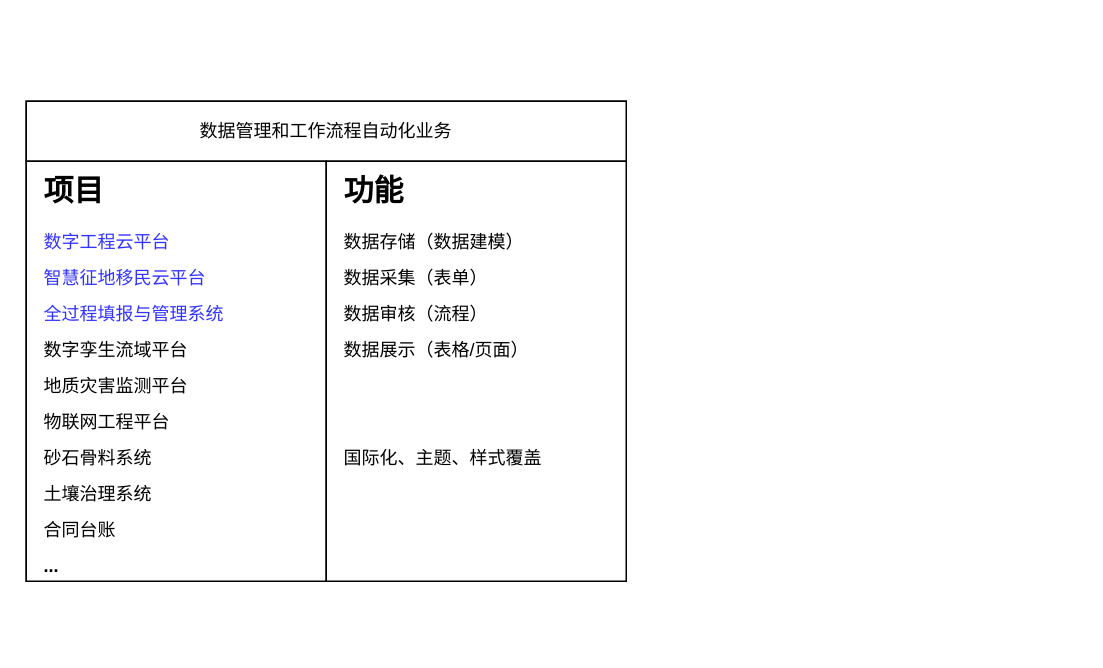
tangyaosimida/love keeps this draw.io diagram as 低——项目背景——研究内容.drawio. Above is the earlier version. Source tidied: cells renumbered, new cells numbered last; positions are measured from the earlier drawing's top-left corner, leaving out a move shared by most shapes. Both pictures are drawn from the tidied source at 150%, with x=0, y=0 at pixel (26, 100).
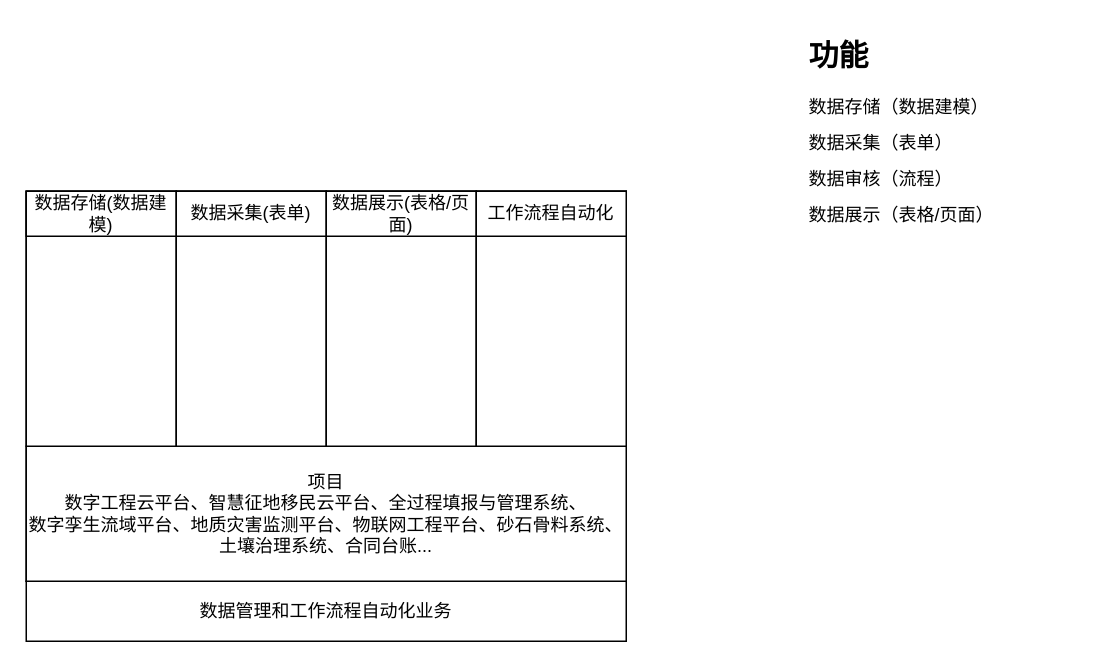
After the change.

Commit message:
更新低——项目背景——研究内容.drawio

Change to the diagram source:
```diff
@@
 <mxGraphModel>
   <root>
     <mxCell id="0" />
     <mxCell id="1" parent="0" />
-    <mxCell id="2" style="rounded=0;whiteSpace=wrap;html=1;" parent="1" vertex="1">
-      <mxGeometry width="400" height="320" as="geometry" />
-    </mxCell>
     <mxCell id="3" value="数据管理和工作流程自动化业务" style="rounded=0;whiteSpace=wrap;html=1;" parent="1" vertex="1">
-      <mxGeometry width="400" height="40" as="geometry" />
+      <mxGeometry y="320" width="400" height="40" as="geometry" />
     </mxCell>
     <mxCell id="4" style="rounded=0;whiteSpace=wrap;html=1;" parent="1" vertex="1">
-      <mxGeometry y="40" width="200" height="280" as="geometry" />
+      <mxGeometry y="60" width="400" height="260" as="geometry" />
     </mxCell>
-    <mxCell id="5" style="rounded=0;whiteSpace=wrap;html=1;" parent="1" vertex="1">
-      <mxGeometry x="200" y="40" width="200" height="280" as="geometry" />
-    </mxCell>
-    <mxCell id="6" value="&lt;h1 style=&quot;margin-top: 0px; line-height: 100%;&quot;&gt;&lt;font style=&quot;font-size: 20px;&quot;&gt;项目&lt;/font&gt;&lt;/h1&gt;&lt;p style=&quot;line-height: 100%;&quot;&gt;&lt;font color=&quot;#3333ff&quot;&gt;数字工程云平台&lt;/font&gt;&lt;/p&gt;&lt;p style=&quot;line-height: 100%;&quot;&gt;&lt;font color=&quot;#3333ff&quot;&gt;智慧征地移民云平台&lt;/font&gt;&lt;/p&gt;&lt;p style=&quot;line-height: 100%;&quot;&gt;&lt;font color=&quot;#3333ff&quot;&gt;全过程填报与管理系统&lt;/font&gt;&lt;/p&gt;&lt;p style=&quot;line-height: 100%;&quot;&gt;数字孪生流域平台&lt;/p&gt;&lt;p style=&quot;line-height: 100%;&quot;&gt;地质灾害监测平台&lt;/p&gt;&lt;p style=&quot;line-height: 100%;&quot;&gt;物联网工程平台&lt;/p&gt;&lt;p style=&quot;line-height: 100%;&quot;&gt;&lt;span style=&quot;background-color: initial;&quot;&gt;砂石骨料系统&lt;/span&gt;&lt;br&gt;&lt;/p&gt;&lt;p style=&quot;line-height: 100%;&quot;&gt;土壤治理系统&lt;/p&gt;&lt;p style=&quot;line-height: 100%;&quot;&gt;合同台账&lt;/p&gt;&lt;p style=&quot;line-height: 100%;&quot;&gt;&lt;b&gt;...&lt;/b&gt;&lt;/p&gt;" style="text;html=1;whiteSpace=wrap;overflow=hidden;rounded=0;" parent="1" vertex="1">
-      <mxGeometry x="10" y="40" width="180" height="280" as="geometry" />
-    </mxCell>
-    <mxCell id="7" value="&lt;h1 style=&quot;margin-top: 0px; line-height: 100%;&quot;&gt;&lt;span style=&quot;font-size: 20px;&quot;&gt;功能&lt;/span&gt;&lt;/h1&gt;&lt;p style=&quot;line-height: 100%;&quot;&gt;数据存储（数据建模）&lt;/p&gt;&lt;p style=&quot;line-height: 100%;&quot;&gt;数据采集（表单）&lt;/p&gt;&lt;p style=&quot;line-height: 100%;&quot;&gt;数据审核（流程）&lt;/p&gt;&lt;p style=&quot;line-height: 100%;&quot;&gt;数据展示（表格/页面）&lt;/p&gt;&lt;p style=&quot;line-height: 100%;&quot;&gt;&lt;br&gt;&lt;/p&gt;&lt;p style=&quot;line-height: 100%;&quot;&gt;&lt;br&gt;&lt;/p&gt;&lt;p style=&quot;line-height: 100%;&quot;&gt;国际化、主题、样式覆盖&lt;/p&gt;" style="text;html=1;whiteSpace=wrap;overflow=hidden;rounded=0;" parent="1" vertex="1">
-      <mxGeometry x="210" y="40" width="180" height="280" as="geometry" />
+    <mxCell id="7" value="&lt;h1 style=&quot;margin-top: 0px; line-height: 100%;&quot;&gt;&lt;span style=&quot;font-size: 20px;&quot;&gt;功能&lt;/span&gt;&lt;/h1&gt;&lt;p style=&quot;line-height: 100%;&quot;&gt;数据存储（数据建模）&lt;/p&gt;&lt;p style=&quot;line-height: 100%;&quot;&gt;数据采集（表单）&lt;/p&gt;&lt;p style=&quot;line-height: 100%;&quot;&gt;数据审核（流程）&lt;/p&gt;&lt;p style=&quot;line-height: 100%;&quot;&gt;数据展示（表格/页面）&lt;/p&gt;" style="text;html=1;whiteSpace=wrap;overflow=hidden;rounded=0;" parent="1" vertex="1">
+      <mxGeometry x="520" y="-50" width="180" height="280" as="geometry" />
     </mxCell>
+    <mxCell id="8" style="rounded=0;whiteSpace=wrap;html=1;" parent="1" vertex="1">
+      <mxGeometry y="230" width="400" height="90" as="geometry" />
+    </mxCell>
+    <mxCell id="9" value="项目&lt;div&gt;数字工程云平台、智慧征地移民云平台、全过程填报与管理系统、&lt;/div&gt;&lt;div&gt;数字孪生流域平台、地质灾害监测平台、物联网工程平台、砂石骨料系统、土壤治理系统、合同台账...&lt;/div&gt;" style="text;html=1;align=center;verticalAlign=middle;whiteSpace=wrap;rounded=0;" parent="1" vertex="1">
+      <mxGeometry y="230" width="400" height="90" as="geometry" />
+    </mxCell>
+    <mxCell id="10" style="rounded=0;whiteSpace=wrap;html=1;" parent="1" vertex="1">
+      <mxGeometry y="60" width="100" height="170" as="geometry" />
+    </mxCell>
+    <mxCell id="11" style="rounded=0;whiteSpace=wrap;html=1;" parent="1" vertex="1">
+      <mxGeometry x="100" y="60" width="100" height="170" as="geometry" />
+    </mxCell>
+    <mxCell id="12" style="rounded=0;whiteSpace=wrap;html=1;" parent="1" vertex="1">
+      <mxGeometry x="200" y="60" width="100" height="170" as="geometry" />
+    </mxCell>
+    <mxCell id="13" style="rounded=0;whiteSpace=wrap;html=1;" parent="1" vertex="1">
+      <mxGeometry x="300" y="60" width="100" height="170" as="geometry" />
+    </mxCell>
+    <mxCell id="14" value="数据存储(数据建模)" style="rounded=0;whiteSpace=wrap;html=1;" parent="1" vertex="1">
+      <mxGeometry y="60" width="100" height="30" as="geometry" />
+    </mxCell>
+    <mxCell id="15" value="数据采集(表单)" style="rounded=0;whiteSpace=wrap;html=1;" parent="1" vertex="1">
+      <mxGeometry x="100" y="60" width="100" height="30" as="geometry" />
+    </mxCell>
+    <mxCell id="16" value="数据展示(表格/页面)" style="rounded=0;whiteSpace=wrap;html=1;" parent="1" vertex="1">
+      <mxGeometry x="200" y="60" width="100" height="30" as="geometry" />
+    </mxCell>
+    <mxCell id="17" value="工作流程自动化" style="rounded=0;whiteSpace=wrap;html=1;" parent="1" vertex="1">
+      <mxGeometry x="300" y="60" width="100" height="30" as="geometry" />
+    </mxCell>
   </root>
 </mxGraphModel>
```
